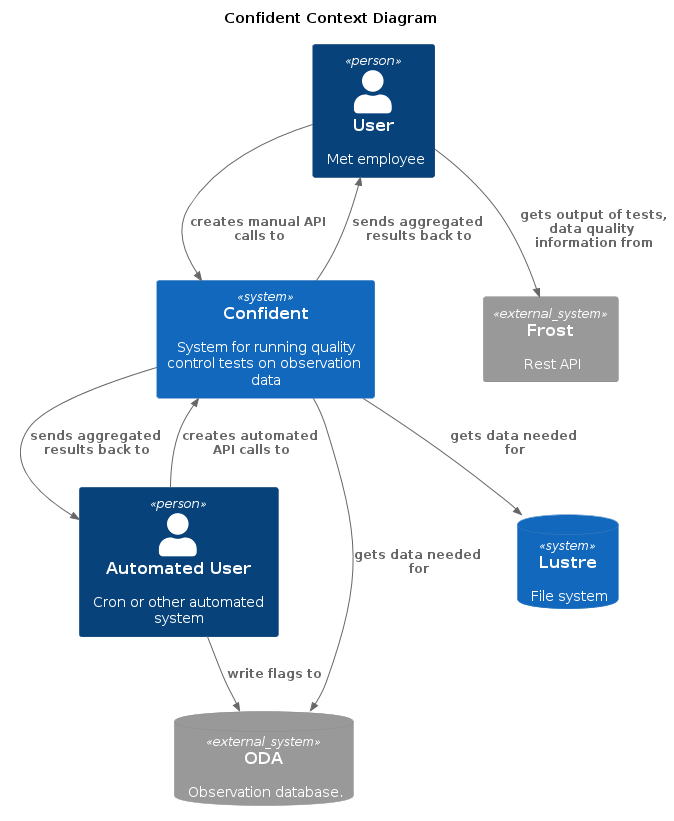
The PlantUML diagram docs/Confident_Context.png in metno/rove, before a commit.
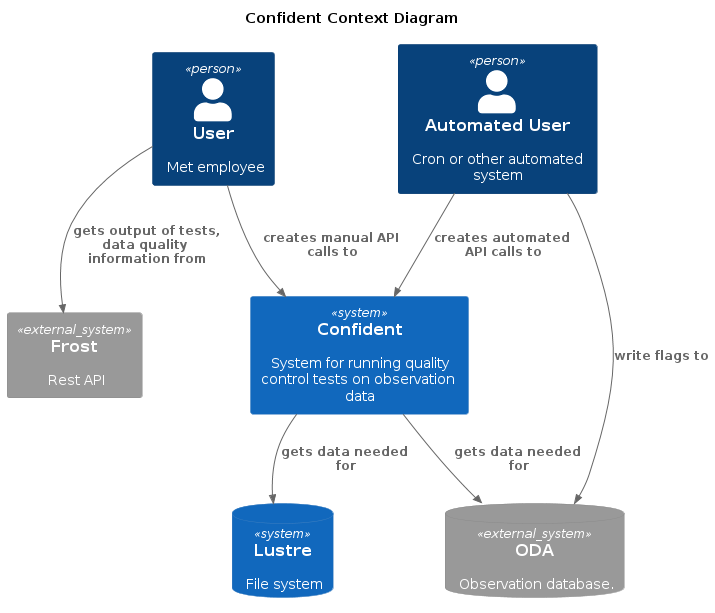
The same file after the commit.

Commit message:
simplify c4 diagrams

Change to the diagram source:
```diff
@@ -16,9 +16,7 @@
 SystemDb(lustre, "Lustre", "File system")
 
 Rel(user, confident, "creates manual API calls to")
-Rel(confident, user, "sends aggregated results back to")
 Rel(automated_user, confident, "creates automated API calls to")
-Rel(confident, automated_user, "sends aggregated results back to")
 
 Rel(confident, oda, "gets data needed for")
 Rel(automated_user, oda, "write flags to")
```
